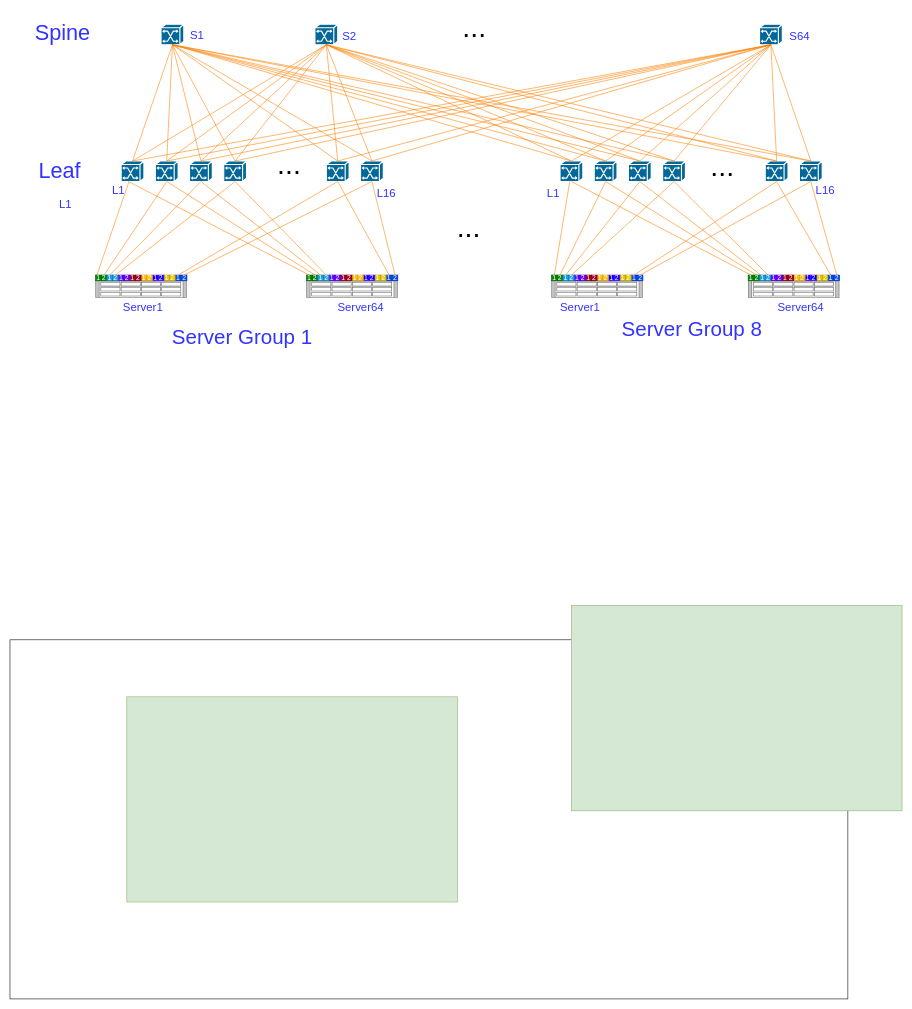
Before: 8000卡-双200G端口集群拓扑.drawio in hel-2000/network-draw, a draw.io diagram. Source tidied: cells renumbered, new cells numbered last; positions are measured from the earlier drawing's top-left corner, leaving out a move shared by most shapes. Both pictures are drawn from the tidied source at 57%, with x=0, y=0 at pixel (10, 18).
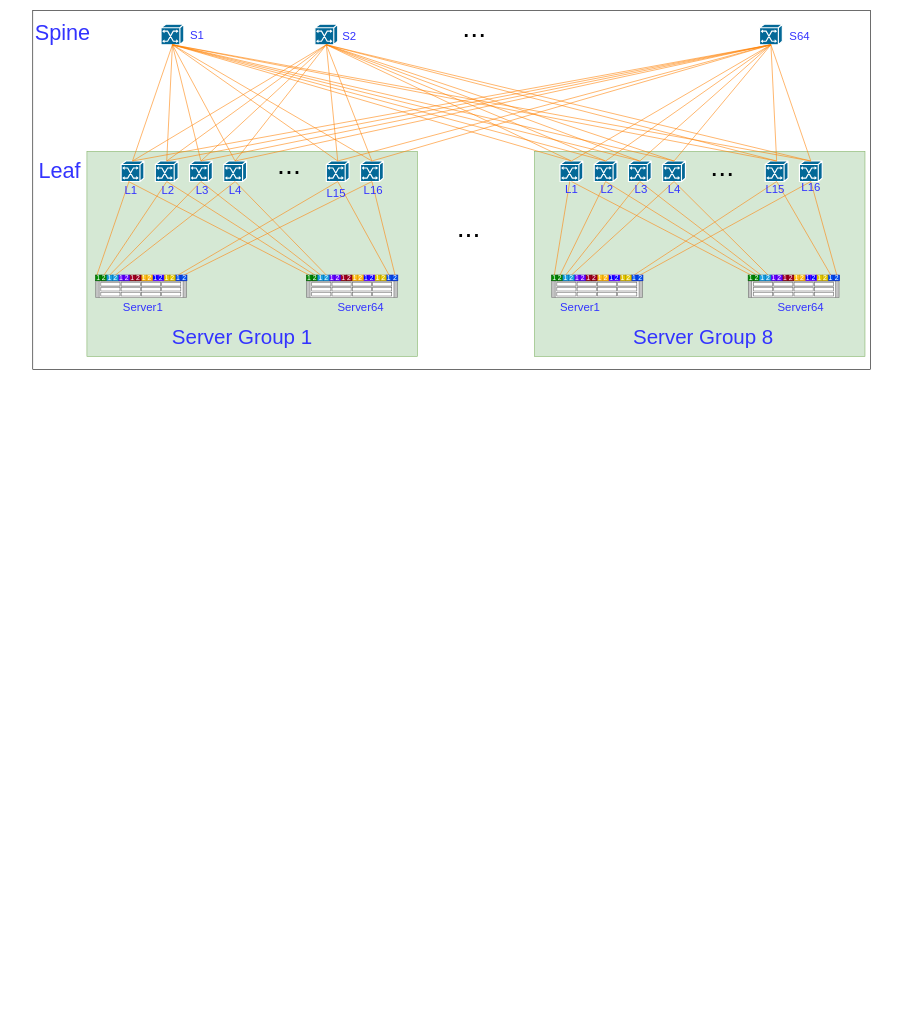
The same diagram, later.

Commit message (it also covers changes not shown here):
更新8000卡-双200G端口集群拓扑.drawio

The change refers to these unchanged cells:
```xml
<mxCell id="20" style="shape=mxgraph.cisco.switches.atm_switch;sketch=0;html=1;dashed=0;fillColor=#036897;strokeColor=#ffffff;strokeWidth=2;verticalLabelPosition=bottom;verticalAlign=top;align=center;outlineConnect=0;" parent="1" vertex="1">
  <mxGeometry x="615" y="250" width="40" height="36" as="geometry" />
</mxCell>
<mxCell id="119" value="1" style="rounded=0;whiteSpace=wrap;html=1;fillColor=#008a00;strokeColor=#005700;fontColor=#ffffff;align=center;verticalAlign=middle;fontFamily=Helvetica;fontSize=12;" parent="1" vertex="1">
  <mxGeometry x="520" y="450" width="10" height="10" as="geometry" />
</mxCell>
<mxCell id="126" value="2" style="rounded=0;whiteSpace=wrap;html=1;fillColor=#0050ef;strokeColor=#001DBC;fontColor=#ffffff;" parent="1" vertex="1">
  <mxGeometry x="670.5" y="450" width="10" height="10" as="geometry" />
</mxCell>
```

Diff of the diagram source:
```diff
@@
     <mxCell id="2" style="whiteSpace=wrap;html=1;" parent="1" vertex="1">
-      <mxGeometry y="1090" width="1470" height="630" as="geometry" />
+      <mxGeometry x="40" y="-14" width="1470" height="630" as="geometry" />
     </mxCell>
     <mxCell id="3" style="whiteSpace=wrap;html=1;fillColor=#d5e8d4;strokeColor=#82b366;" parent="1" vertex="1">
-      <mxGeometry x="985" y="1030" width="580" height="360" as="geometry" />
+      <mxGeometry x="920" y="233" width="580" height="360" as="geometry" />
     </mxCell>
     <mxCell id="4" style="whiteSpace=wrap;html=1;fillColor=#d5e8d4;strokeColor=#82b366;" parent="1" vertex="1">
-      <mxGeometry x="205" y="1190" width="580" height="360" as="geometry" />
+      <mxGeometry x="135" y="233" width="580" height="360" as="geometry" />
     </mxCell>
@@
-    <mxCell id="24" style="rounded=0;jettySize=auto;html=1;startArrow=none;startFill=0;strokeWidth=1;endArrow=none;endFill=0;strokeColor=#FF8000;entryX=0.5;entryY=1;entryDx=0;entryDy=0;entryPerimeter=0;exitX=0.5;exitY=0;exitDx=0;exitDy=0;" parent="1" edge="1" source="126" target="20">
-      <mxGeometry relative="1" as="geometry" />
-    </mxCell>
@@
-    <mxCell id="27" style="rounded=0;jettySize=auto;html=1;startArrow=none;startFill=0;strokeWidth=1;endArrow=none;endFill=0;strokeColor=#FF8000;entryX=1;entryY=0;entryDx=0;entryDy=0;exitX=0.5;exitY=0;exitDx=0;exitDy=0;" parent="1" edge="1" source="119" target="91">
-      <mxGeometry relative="1" as="geometry" />
+    <mxCell id="27" style="rounded=0;jettySize=auto;html=1;startArrow=none;startFill=0;strokeWidth=1;endArrow=none;endFill=0;strokeColor=#FF8000;entryX=1;entryY=0;entryDx=0;entryDy=0;exitX=0.5;exitY=0;exitDx=0;exitDy=0;" parent="1" edge="1" source="119">
+      <mxGeometry relative="1" as="geometry">
+        <mxPoint x="208" y="286" as="targetPoint" />
+      </mxGeometry>
     </mxCell>
@@
-    <mxCell id="87" value="&lt;font style=&quot;font-size: 20px;&quot; color=&quot;#3333ff&quot;&gt;L16&lt;/font&gt;" style="text;strokeColor=none;align=center;fillColor=none;html=1;verticalAlign=middle;whiteSpace=wrap;rounded=0;" parent="1" vertex="1">
-      <mxGeometry x="643" y="290" width="35" height="30" as="geometry" />
-    </mxCell>
@@
-    <mxCell id="91" value="&lt;font style=&quot;font-size: 20px;&quot; color=&quot;#3333ff&quot;&gt;L1&lt;/font&gt;" style="text;strokeColor=none;align=center;fillColor=none;html=1;verticalAlign=middle;whiteSpace=wrap;rounded=0;" parent="1" vertex="1">
-      <mxGeometry x="173" y="286" width="35" height="30" as="geometry" />
-    </mxCell>
@@
     <mxCell id="93" value="&lt;font style=&quot;font-size: 36px;&quot; color=&quot;#3333ff&quot;&gt;Server Group 8&lt;/font&gt;" style="text;strokeColor=none;align=center;fillColor=none;html=1;verticalAlign=middle;whiteSpace=wrap;rounded=0;" parent="1" vertex="1">
-      <mxGeometry x="1038" y="530" width="317" height="30" as="geometry" />
+      <mxGeometry x="1058" y="543" width="317" height="30" as="geometry" />
     </mxCell>
@@
-    <mxCell id="98" value="&lt;font style=&quot;font-size: 20px;&quot; color=&quot;#3333ff&quot;&gt;L1&lt;/font&gt;" style="text;strokeColor=none;align=center;fillColor=none;html=1;verticalAlign=middle;whiteSpace=wrap;rounded=0;" parent="1" vertex="1">
-      <mxGeometry x="935.5" y="290" width="35" height="30" as="geometry" />
-    </mxCell>
-    <mxCell id="99" value="&lt;font style=&quot;font-size: 20px;&quot; color=&quot;#3333ff&quot;&gt;L16&lt;/font&gt;" style="text;strokeColor=none;align=center;fillColor=none;html=1;verticalAlign=middle;whiteSpace=wrap;rounded=0;" parent="1" vertex="1">
-      <mxGeometry x="1413" y="286" width="35" height="30" as="geometry" />
-    </mxCell>
@@
-    <mxCell id="127" value="&lt;font style=&quot;font-size: 20px;&quot; color=&quot;#3333ff&quot;&gt;L1&lt;/font&gt;" style="text;strokeColor=none;align=center;fillColor=none;html=1;verticalAlign=middle;whiteSpace=wrap;rounded=0;" parent="1" vertex="1">
-      <mxGeometry x="80" y="310" width="35" height="30" as="geometry" />
+    <mxCell id="127" value="&lt;font style=&quot;font-size: 20px;&quot; color=&quot;#3333ff&quot;&gt;L2&lt;/font&gt;" style="text;strokeColor=none;align=center;fillColor=none;html=1;verticalAlign=middle;whiteSpace=wrap;rounded=0;" parent="1" vertex="1">
+      <mxGeometry x="260" y="286" width="35" height="30" as="geometry" />
     </mxCell>
@@
+    <mxCell id="168" value="&lt;font style=&quot;font-size: 20px;&quot; color=&quot;#3333ff&quot;&gt;L3&lt;/font&gt;" style="text;strokeColor=none;align=center;fillColor=none;html=1;verticalAlign=middle;whiteSpace=wrap;rounded=0;" parent="1" vertex="1">
+      <mxGeometry x="320" y="286" width="35" height="30" as="geometry" />
+    </mxCell>
+    <mxCell id="169" value="&lt;font style=&quot;font-size: 20px;&quot; color=&quot;#3333ff&quot;&gt;L4&lt;/font&gt;" style="text;strokeColor=none;align=center;fillColor=none;html=1;verticalAlign=middle;whiteSpace=wrap;rounded=0;" parent="1" vertex="1">
+      <mxGeometry x="377.5" y="286" width="35" height="30" as="geometry" />
+    </mxCell>
+    <mxCell id="170" value="&lt;font style=&quot;font-size: 20px;&quot; color=&quot;#3333ff&quot;&gt;L15&lt;/font&gt;" style="text;strokeColor=none;align=center;fillColor=none;html=1;verticalAlign=middle;whiteSpace=wrap;rounded=0;" parent="1" vertex="1">
+      <mxGeometry x="555" y="290" width="35" height="30" as="geometry" />
+    </mxCell>
+    <mxCell id="171" value="&lt;font style=&quot;font-size: 20px;&quot; color=&quot;#3333ff&quot;&gt;L2&lt;/font&gt;" style="text;strokeColor=none;align=center;fillColor=none;html=1;verticalAlign=middle;whiteSpace=wrap;rounded=0;" parent="1" vertex="1">
+      <mxGeometry x="1030" y="283" width="35" height="30" as="geometry" />
+    </mxCell>
+    <mxCell id="172" value="&lt;font style=&quot;font-size: 20px;&quot; color=&quot;#3333ff&quot;&gt;L3&lt;/font&gt;" style="text;strokeColor=none;align=center;fillColor=none;html=1;verticalAlign=middle;whiteSpace=wrap;rounded=0;" parent="1" vertex="1">
+      <mxGeometry x="1090" y="283" width="35" height="30" as="geometry" />
+    </mxCell>
+    <mxCell id="173" value="&lt;font style=&quot;font-size: 20px;&quot; color=&quot;#3333ff&quot;&gt;L4&lt;/font&gt;" style="text;strokeColor=none;align=center;fillColor=none;html=1;verticalAlign=middle;whiteSpace=wrap;rounded=0;" parent="1" vertex="1">
+      <mxGeometry x="1147.5" y="283" width="35" height="30" as="geometry" />
+    </mxCell>
+    <mxCell id="174" value="&lt;font style=&quot;font-size: 20px;&quot; color=&quot;#3333ff&quot;&gt;L15&lt;/font&gt;" style="text;strokeColor=none;align=center;fillColor=none;html=1;verticalAlign=middle;whiteSpace=wrap;rounded=0;" parent="1" vertex="1">
+      <mxGeometry x="1325" y="283" width="35" height="30" as="geometry" />
+    </mxCell>
+    <mxCell id="175" value="&lt;font style=&quot;font-size: 20px;&quot; color=&quot;#3333ff&quot;&gt;L1&lt;/font&gt;" style="text;strokeColor=none;align=center;fillColor=none;html=1;verticalAlign=middle;whiteSpace=wrap;rounded=0;" parent="1" vertex="1">
+      <mxGeometry x="967.5" y="283" width="35" height="30" as="geometry" />
+    </mxCell>
+    <mxCell id="176" value="&lt;font style=&quot;font-size: 20px;&quot; color=&quot;#3333ff&quot;&gt;L16&lt;/font&gt;" style="text;strokeColor=none;align=center;fillColor=none;html=1;verticalAlign=middle;whiteSpace=wrap;rounded=0;" parent="1" vertex="1">
+      <mxGeometry x="1387.5" y="280" width="35" height="30" as="geometry" />
+    </mxCell>
+    <mxCell id="177" value="&lt;font style=&quot;font-size: 20px;&quot; color=&quot;#3333ff&quot;&gt;L1&lt;/font&gt;" style="text;strokeColor=none;align=center;fillColor=none;html=1;verticalAlign=middle;whiteSpace=wrap;rounded=0;" parent="1" vertex="1">
+      <mxGeometry x="195" y="286" width="35" height="30" as="geometry" />
+    </mxCell>
+    <mxCell id="24" style="rounded=0;jettySize=auto;html=1;startArrow=none;startFill=0;strokeWidth=1;endArrow=none;endFill=0;strokeColor=#FF8000;entryX=0.5;entryY=1;entryDx=0;entryDy=0;entryPerimeter=0;exitX=0.5;exitY=0;exitDx=0;exitDy=0;" parent="1" edge="1" source="126" target="20">
+      <mxGeometry relative="1" as="geometry" />
+    </mxCell>
+    <mxCell id="178" value="&lt;font style=&quot;font-size: 20px;&quot; color=&quot;#3333ff&quot;&gt;L16&lt;/font&gt;" style="text;strokeColor=none;align=center;fillColor=none;html=1;verticalAlign=middle;whiteSpace=wrap;rounded=0;" parent="1" vertex="1">
+      <mxGeometry x="620" y="285" width="35" height="30" as="geometry" />
+    </mxCell>
```
